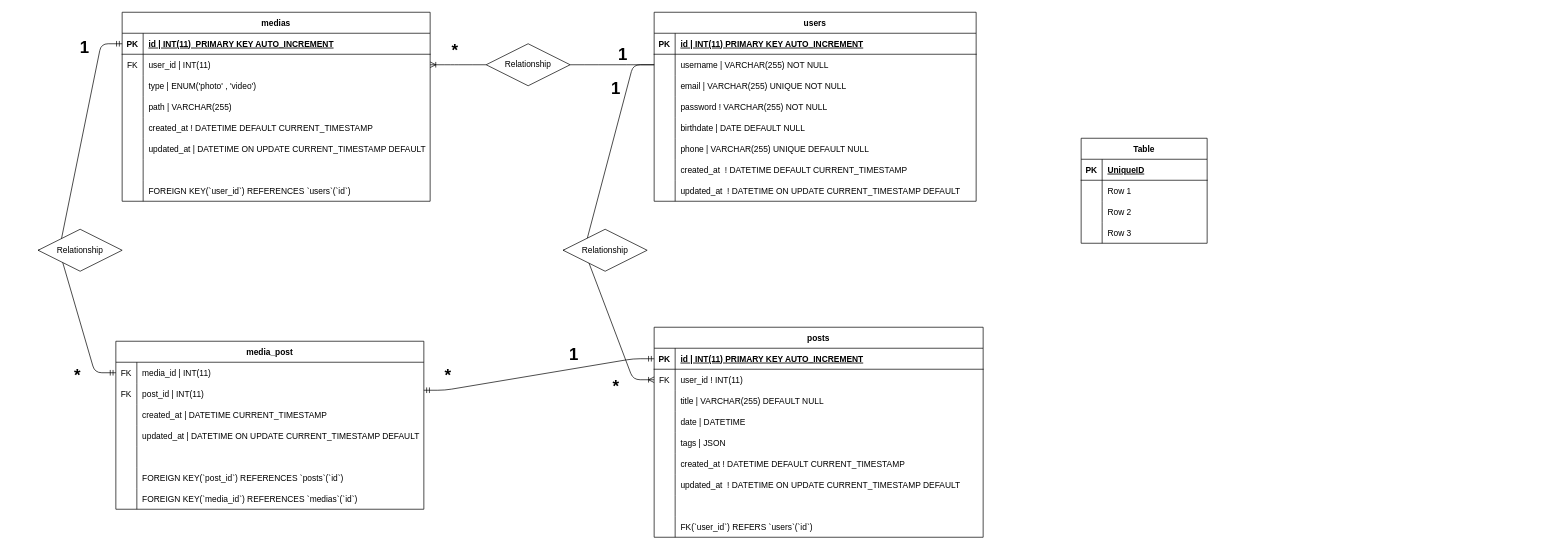
Earlier version of the draw.io diagram graph.drawio (simonemoretti94/social-platform). Source tidied: cells renumbered, new cells numbered last; positions are measured from the earlier drawing's top-left corner, leaving out a move shared by most shapes. Both pictures are drawn from the tidied source at 70%, with x=0, y=0 at pixel (38, 12).
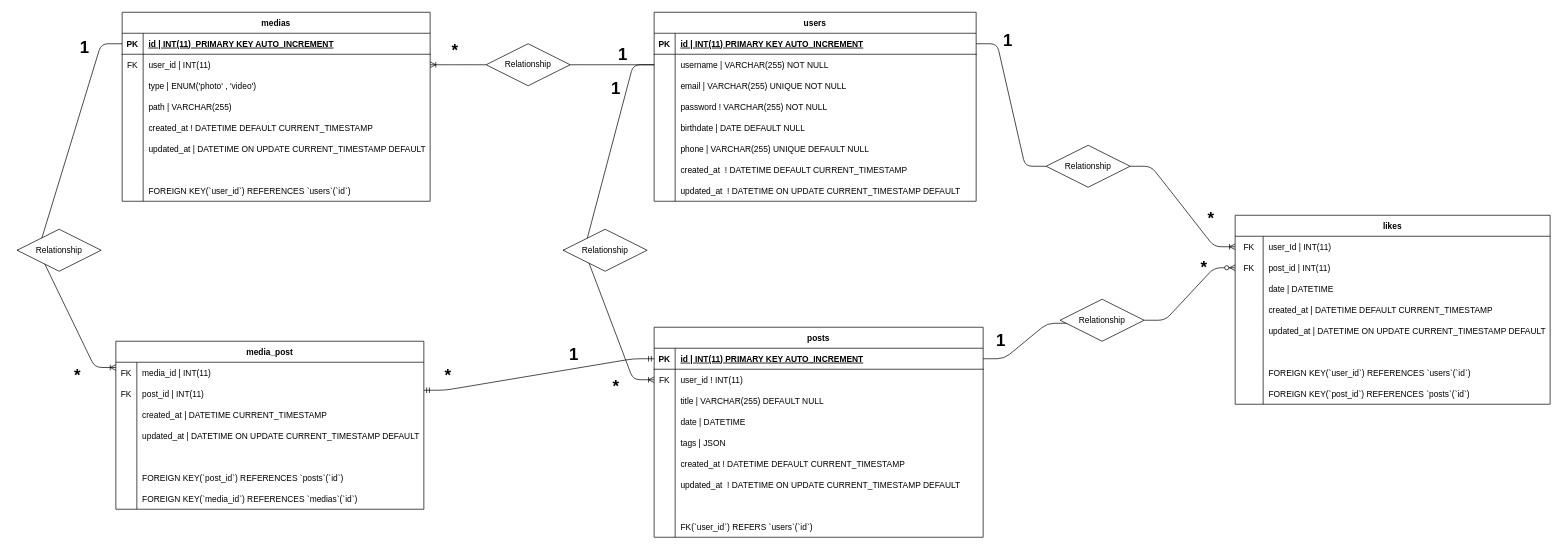
Above is the later version.

Commit message:
1.6th graph concluded

Unchanged cells that the change refers to:
```xml
<mxCell id="3" style="shape=tableRow;horizontal=0;startSize=0;swimlaneHead=0;swimlaneBody=0;fillColor=none;points=[[0,0.5],[1,0.5]];portConstraint=eastwest;top=0;left=0;right=0;bottom=1;" parent="2" vertex="1">
  <mxGeometry y="30" width="440" height="30" as="geometry" />
</mxCell>
<mxCell id="28" style="shape=tableRow;horizontal=0;startSize=0;swimlaneHead=0;swimlaneBody=0;fillColor=none;points=[[0,0.5],[1,0.5]];portConstraint=eastwest;top=0;left=0;right=0;bottom=1;" parent="27" vertex="1">
  <mxGeometry y="30" width="470" height="30" as="geometry" />
</mxCell>
<mxCell id="69" style="shape=tableRow;horizontal=0;startSize=0;swimlaneHead=0;swimlaneBody=0;fillColor=none;points=[[0,0.5],[1,0.5]];portConstraint=eastwest;top=0;left=0;right=0;bottom=1;" parent="68" vertex="1">
  <mxGeometry y="30" width="460" height="30" as="geometry" />
</mxCell>
<mxCell id="104" style="shape=tableRow;horizontal=0;startSize=0;swimlaneHead=0;swimlaneBody=0;fillColor=none;points=[[0,0.5],[1,0.5]];portConstraint=eastwest;top=0;left=0;right=0;bottom=0;" parent="103" vertex="1">
  <mxGeometry y="30" width="440" height="30" as="geometry" />
</mxCell>
<mxCell id="130" value="*" style="text;strokeColor=none;fillColor=none;html=1;fontSize=24;fontStyle=1;verticalAlign=middle;align=center;" parent="1" vertex="1">
  <mxGeometry x="1" y="495" width="110" height="50" as="geometry" />
</mxCell>
```

The edit, as a diff of the source:
```diff
@@
-    <mxCell id="55" value="Table" style="shape=table;startSize=30;childLayout=tableLayout;rowLines=0;fontStyle=1;align=center;" parent="1" vertex="1">
-      <mxGeometry x="1490" y="180" width="180" height="150" as="geometry" />
+    <mxCell id="55" value="likes" style="shape=table;startSize=30;childLayout=tableLayout;rowLines=0;fontStyle=1;align=center;" parent="1" vertex="1">
+      <mxGeometry x="1710" y="290" width="450" height="270" as="geometry" />
     </mxCell>
-    <mxCell id="56" style="shape=tableRow;horizontal=0;startSize=0;swimlaneHead=0;swimlaneBody=0;fillColor=none;top=0;left=0;right=0;bottom=1;" parent="55" vertex="1">
-      <mxGeometry y="30" width="180" height="30" as="geometry" />
-    </mxCell>
-    <mxCell id="57" value="PK" style="shape=partialRectangle;fillColor=none;top=0;left=0;bottom=0;right=0;fontStyle=1;overflow=hidden;" parent="56" vertex="1">
-      <mxGeometry width="30" height="30" as="geometry" />
-    </mxCell>
-    <mxCell id="58" value="UniqueID" style="shape=partialRectangle;fillColor=none;top=0;left=0;bottom=0;right=0;align=left;spacingLeft=6;fontStyle=5;overflow=hidden;" parent="56" vertex="1">
-      <mxGeometry x="30" width="150" height="30" as="geometry" />
-    </mxCell>
     <mxCell id="59" style="shape=tableRow;horizontal=0;startSize=0;swimlaneHead=0;swimlaneBody=0;fillColor=none;points=[[0,0.5],[1,0.5]];portConstraint=eastwest;top=0;left=0;right=0;bottom=0;" parent="55" vertex="1">
-      <mxGeometry y="60" width="180" height="30" as="geometry" />
+      <mxGeometry y="30" width="450" height="30" as="geometry" />
     </mxCell>
-    <mxCell id="60" style="shape=partialRectangle;fillColor=none;top=0;left=0;bottom=0;right=0;overflow=hidden;" parent="59" vertex="1">
-      <mxGeometry width="30" height="30" as="geometry" />
+    <mxCell id="60" value="FK" style="shape=partialRectangle;fillColor=none;top=0;left=0;bottom=0;right=0;overflow=hidden;" parent="59" vertex="1">
+      <mxGeometry width="40" height="30" as="geometry" />
     </mxCell>
-    <mxCell id="61" value="Row 1" style="shape=partialRectangle;fillColor=none;top=0;left=0;bottom=0;right=0;align=left;spacingLeft=6;overflow=hidden;" parent="59" vertex="1">
-      <mxGeometry x="30" width="150" height="30" as="geometry" />
+    <mxCell id="61" value="user_Id | INT(11)" style="shape=partialRectangle;fillColor=none;top=0;left=0;bottom=0;right=0;align=left;spacingLeft=6;overflow=hidden;" parent="59" vertex="1">
+      <mxGeometry x="40" width="410" height="30" as="geometry" />
     </mxCell>
     <mxCell id="62" style="shape=tableRow;horizontal=0;startSize=0;swimlaneHead=0;swimlaneBody=0;fillColor=none;points=[[0,0.5],[1,0.5]];portConstraint=eastwest;top=0;left=0;right=0;bottom=0;" parent="55" vertex="1">
-      <mxGeometry y="90" width="180" height="30" as="geometry" />
+      <mxGeometry y="60" width="450" height="30" as="geometry" />
     </mxCell>
-    <mxCell id="63" style="shape=partialRectangle;fillColor=none;top=0;left=0;bottom=0;right=0;overflow=hidden;" parent="62" vertex="1">
-      <mxGeometry width="30" height="30" as="geometry" />
+    <mxCell id="63" value="FK" style="shape=partialRectangle;fillColor=none;top=0;left=0;bottom=0;right=0;overflow=hidden;" parent="62" vertex="1">
+      <mxGeometry width="40" height="30" as="geometry" />
     </mxCell>
-    <mxCell id="64" value="Row 2" style="shape=partialRectangle;fillColor=none;top=0;left=0;bottom=0;right=0;align=left;spacingLeft=6;overflow=hidden;" parent="62" vertex="1">
-      <mxGeometry x="30" width="150" height="30" as="geometry" />
+    <mxCell id="64" value="post_id | INT(11)" style="shape=partialRectangle;fillColor=none;top=0;left=0;bottom=0;right=0;align=left;spacingLeft=6;overflow=hidden;" parent="62" vertex="1">
+      <mxGeometry x="40" width="410" height="30" as="geometry" />
     </mxCell>
     <mxCell id="65" style="shape=tableRow;horizontal=0;startSize=0;swimlaneHead=0;swimlaneBody=0;fillColor=none;top=0;left=0;right=0;bottom=0;" parent="55" vertex="1">
-      <mxGeometry y="120" width="180" height="30" as="geometry" />
+      <mxGeometry y="90" width="450" height="30" as="geometry" />
     </mxCell>
     <mxCell id="66" style="shape=partialRectangle;fillColor=none;top=0;left=0;bottom=0;right=0;overflow=hidden;" parent="65" vertex="1">
-      <mxGeometry width="30" height="30" as="geometry" />
+      <mxGeometry width="40" height="30" as="geometry" />
     </mxCell>
-    <mxCell id="67" value="Row 3" style="shape=partialRectangle;fillColor=none;top=0;left=0;bottom=0;right=0;align=left;spacingLeft=6;overflow=hidden;" parent="65" vertex="1">
-      <mxGeometry x="30" width="150" height="30" as="geometry" />
+    <mxCell id="67" value="date | DATETIME" style="shape=partialRectangle;fillColor=none;top=0;left=0;bottom=0;right=0;align=left;spacingLeft=6;overflow=hidden;" parent="65" vertex="1">
+      <mxGeometry x="40" width="410" height="30" as="geometry" />
     </mxCell>
+    <mxCell id="133" style="shape=tableRow;horizontal=0;startSize=0;swimlaneHead=0;swimlaneBody=0;fillColor=none;top=0;left=0;right=0;bottom=0;" parent="55" vertex="1">
+      <mxGeometry y="120" width="450" height="30" as="geometry" />
+    </mxCell>
+    <mxCell id="134" style="shape=partialRectangle;fillColor=none;top=0;left=0;bottom=0;right=0;overflow=hidden;" parent="133" vertex="1">
+      <mxGeometry width="40" height="30" as="geometry" />
+    </mxCell>
+    <mxCell id="135" value="created_at | DATETIME DEFAULT CURRENT_TIMESTAMP" style="shape=partialRectangle;fillColor=none;top=0;left=0;bottom=0;right=0;align=left;spacingLeft=6;overflow=hidden;" parent="133" vertex="1">
+      <mxGeometry x="40" width="410" height="30" as="geometry" />
+    </mxCell>
+    <mxCell id="136" style="shape=tableRow;horizontal=0;startSize=0;swimlaneHead=0;swimlaneBody=0;fillColor=none;top=0;left=0;right=0;bottom=0;" parent="55" vertex="1">
+      <mxGeometry y="150" width="450" height="30" as="geometry" />
+    </mxCell>
+    <mxCell id="137" style="shape=partialRectangle;fillColor=none;top=0;left=0;bottom=0;right=0;overflow=hidden;" parent="136" vertex="1">
+      <mxGeometry width="40" height="30" as="geometry" />
+    </mxCell>
+    <mxCell id="138" value="updated_at | DATETIME ON UPDATE CURRENT_TIMESTAMP DEFAULT" style="shape=partialRectangle;fillColor=none;top=0;left=0;bottom=0;right=0;align=left;spacingLeft=6;overflow=hidden;" parent="136" vertex="1">
+      <mxGeometry x="40" width="410" height="30" as="geometry" />
+    </mxCell>
+    <mxCell id="139" style="shape=tableRow;horizontal=0;startSize=0;swimlaneHead=0;swimlaneBody=0;fillColor=none;top=0;left=0;right=0;bottom=0;" parent="55" vertex="1">
+      <mxGeometry y="180" width="450" height="30" as="geometry" />
+    </mxCell>
+    <mxCell id="140" style="shape=partialRectangle;fillColor=none;top=0;left=0;bottom=0;right=0;overflow=hidden;" parent="139" vertex="1">
+      <mxGeometry width="40" height="30" as="geometry" />
+    </mxCell>
+    <mxCell id="141" style="shape=partialRectangle;fillColor=none;top=0;left=0;bottom=0;right=0;align=left;spacingLeft=6;overflow=hidden;" parent="139" vertex="1">
+      <mxGeometry x="40" width="410" height="30" as="geometry" />
+    </mxCell>
+    <mxCell id="142" style="shape=tableRow;horizontal=0;startSize=0;swimlaneHead=0;swimlaneBody=0;fillColor=none;top=0;left=0;right=0;bottom=0;" parent="55" vertex="1">
+      <mxGeometry y="210" width="450" height="30" as="geometry" />
+    </mxCell>
+    <mxCell id="143" style="shape=partialRectangle;fillColor=none;top=0;left=0;bottom=0;right=0;overflow=hidden;" parent="142" vertex="1">
+      <mxGeometry width="40" height="30" as="geometry" />
+    </mxCell>
+    <mxCell id="144" value="FOREIGN KEY(`user_id`) REFERENCES `users`(`id`)" style="shape=partialRectangle;fillColor=none;top=0;left=0;bottom=0;right=0;align=left;spacingLeft=6;overflow=hidden;" parent="142" vertex="1">
+      <mxGeometry x="40" width="410" height="30" as="geometry" />
+    </mxCell>
+    <mxCell id="145" style="shape=tableRow;horizontal=0;startSize=0;swimlaneHead=0;swimlaneBody=0;fillColor=none;top=0;left=0;right=0;bottom=0;" parent="55" vertex="1">
+      <mxGeometry y="240" width="450" height="30" as="geometry" />
+    </mxCell>
+    <mxCell id="146" style="shape=partialRectangle;fillColor=none;top=0;left=0;bottom=0;right=0;overflow=hidden;" parent="145" vertex="1">
+      <mxGeometry width="40" height="30" as="geometry" />
+    </mxCell>
+    <mxCell id="147" value="FOREIGN KEY(`post_id`) REFERENCES `posts`(`id`)" style="shape=partialRectangle;fillColor=none;top=0;left=0;bottom=0;right=0;align=left;spacingLeft=6;overflow=hidden;" parent="145" vertex="1">
+      <mxGeometry x="40" width="410" height="30" as="geometry" />
+    </mxCell>
@@
-    <mxCell id="126" style="edgeStyle=entityRelationEdgeStyle;fontSize=12;html=1;endArrow=ERmandOne;startArrow=none;exitX=0;exitY=0.5;exitDx=0;exitDy=0;entryX=0;entryY=0.5;entryDx=0;entryDy=0;" parent="1" edge="1" source="132" target="3">
-      <mxGeometry relative="1" as="geometry" />
-    </mxCell>
@@
-    <mxCell id="131" style="edgeStyle=entityRelationEdgeStyle;fontSize=12;html=1;endArrow=none;startArrow=ERmandOne;exitX=0;exitY=0.5;exitDx=0;exitDy=0;entryX=0;entryY=0.5;entryDx=0;entryDy=0;" parent="1" edge="1" source="104" target="132">
-      <mxGeometry relative="1" as="geometry" />
-    </mxCell>
+    <mxCell id="148" style="edgeStyle=entityRelationEdgeStyle;fontSize=12;html=1;endArrow=ERoneToMany;entryX=1;entryY=0.25;entryDx=0;entryDy=0;exitX=0;exitY=0.5;exitDx=0;exitDy=0;startArrow=none;" parent="1" edge="1" source="132" target="130">
+      <mxGeometry relative="1" as="geometry" />
+    </mxCell>
+    <mxCell id="149" style="edgeStyle=entityRelationEdgeStyle;fontSize=12;html=1;endArrow=none;exitX=0;exitY=0.5;exitDx=0;exitDy=0;entryX=0;entryY=0.5;entryDx=0;entryDy=0;" parent="1" edge="1" source="3" target="132">
+      <mxGeometry relative="1" as="geometry" />
+    </mxCell>
     <mxCell id="132" value="Relationship" style="shape=rhombus;perimeter=rhombusPerimeter;whiteSpace=wrap;html=1;align=center;" parent="1" vertex="1">
-      <mxGeometry y="310" width="120" height="60" as="geometry" />
+      <mxGeometry x="-30" y="310" width="120" height="60" as="geometry" />
     </mxCell>
+    <mxCell id="150" style="edgeStyle=entityRelationEdgeStyle;fontSize=12;html=1;endArrow=ERoneToMany;exitX=1;exitY=0.5;exitDx=0;exitDy=0;entryX=0;entryY=0.5;entryDx=0;entryDy=0;startArrow=none;" parent="1" edge="1" source="157" target="59">
+      <mxGeometry relative="1" as="geometry" />
+    </mxCell>
+    <mxCell id="151" style="edgeStyle=entityRelationEdgeStyle;fontSize=12;html=1;endArrow=ERzeroToMany;endFill=1;exitX=1;exitY=0.5;exitDx=0;exitDy=0;entryX=0;entryY=0.5;entryDx=0;entryDy=0;startArrow=none;" parent="1" edge="1" source="159" target="62">
+      <mxGeometry relative="1" as="geometry" />
+    </mxCell>
+    <mxCell id="152" value="1" style="text;strokeColor=none;fillColor=none;html=1;fontSize=24;fontStyle=1;verticalAlign=middle;align=center;" parent="1" vertex="1">
+      <mxGeometry x="1340" y="20" width="90" height="40" as="geometry" />
+    </mxCell>
+    <mxCell id="153" value="1" style="text;strokeColor=none;fillColor=none;html=1;fontSize=24;fontStyle=1;verticalAlign=middle;align=center;" parent="1" vertex="1">
+      <mxGeometry x="1330" y="450" width="90" height="40" as="geometry" />
+    </mxCell>
+    <mxCell id="154" value="*" style="text;strokeColor=none;fillColor=none;html=1;fontSize=24;fontStyle=1;verticalAlign=middle;align=center;" parent="1" vertex="1">
+      <mxGeometry x="1620" y="270" width="110" height="50" as="geometry" />
+    </mxCell>
+    <mxCell id="155" value="*" style="text;strokeColor=none;fillColor=none;html=1;fontSize=24;fontStyle=1;verticalAlign=middle;align=center;" parent="1" vertex="1">
+      <mxGeometry x="1610" y="340" width="110" height="50" as="geometry" />
+    </mxCell>
+    <mxCell id="156" style="edgeStyle=entityRelationEdgeStyle;fontSize=12;html=1;endArrow=none;exitX=1;exitY=0.5;exitDx=0;exitDy=0;entryX=0;entryY=0.5;entryDx=0;entryDy=0;" parent="1" edge="1" source="69" target="157">
+      <mxGeometry relative="1" as="geometry" />
+    </mxCell>
+    <mxCell id="157" value="Relationship" style="shape=rhombus;perimeter=rhombusPerimeter;whiteSpace=wrap;html=1;align=center;" parent="1" vertex="1">
+      <mxGeometry x="1440" y="190" width="120" height="60" as="geometry" />
+    </mxCell>
+    <mxCell id="158" style="edgeStyle=entityRelationEdgeStyle;fontSize=12;html=1;endArrow=none;endFill=1;exitX=1;exitY=0.5;exitDx=0;exitDy=0;entryX=0.096;entryY=0.572;entryDx=0;entryDy=0;entryPerimeter=0;" parent="1" edge="1" source="28" target="159">
+      <mxGeometry relative="1" as="geometry" />
+    </mxCell>
+    <mxCell id="159" value="Relationship" style="shape=rhombus;perimeter=rhombusPerimeter;whiteSpace=wrap;html=1;align=center;" parent="1" vertex="1">
+      <mxGeometry x="1460" y="410" width="120" height="60" as="geometry" />
+    </mxCell>
```
